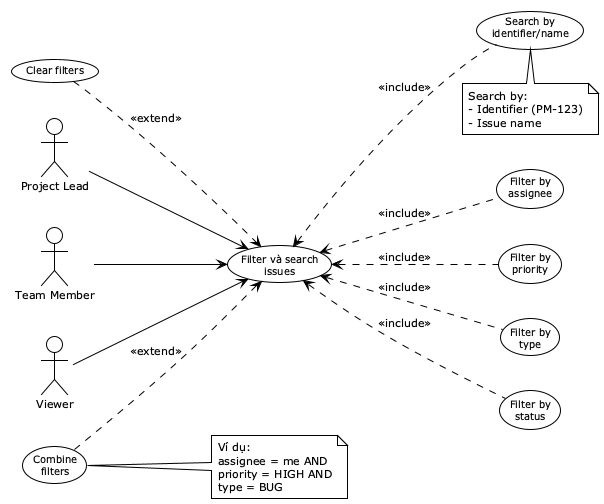
toantran292/datn keeps this PlantUML diagram as reports/dat-examples/report/images/uc05_3_filter_search.png. Above is the earlier version.
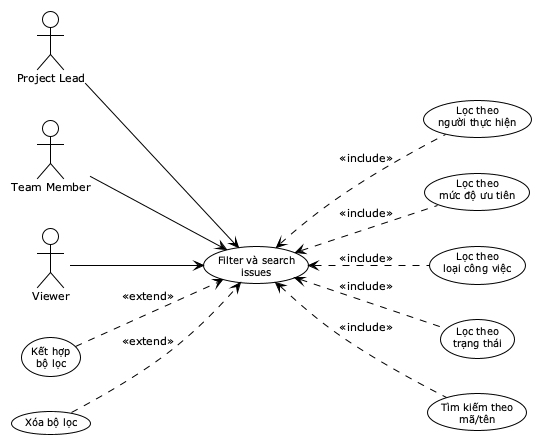
The same file after the commit.

Change to the diagram source:
```diff
@@ -10,13 +10,13 @@
 actor "Viewer" as V
 
 usecase "Filter và search\nissues" as UC_Filter
-usecase "Filter by\nassignee" as UC_FilterAssignee
-usecase "Filter by\npriority" as UC_FilterPriority
-usecase "Filter by\ntype" as UC_FilterType
-usecase "Filter by\nstatus" as UC_FilterStatus
-usecase "Search by\nidentifier/name" as UC_Search
-usecase "Combine\nfilters" as UC_CombineFilters
-usecase "Clear filters" as UC_ClearFilters
+usecase "Lọc theo\nngười thực hiện" as UC_FilterAssignee
+usecase "Lọc theo\nmức độ ưu tiên" as UC_FilterPriority
+usecase "Lọc theo\nloại công việc" as UC_FilterType
+usecase "Lọc theo\ntrạng thái" as UC_FilterStatus
+usecase "Tìm kiếm theo\nmã/tên" as UC_Search
+usecase "Kết hợp\nbộ lọc" as UC_CombineFilters
+usecase "Xóa bộ lọc" as UC_ClearFilters
 
 PL --> UC_Filter
 TM --> UC_Filter
@@ -31,17 +31,6 @@
 UC_CombineFilters ..> UC_Filter : <<extend>>
 UC_ClearFilters ..> UC_Filter : <<extend>>
 
-note right of UC_CombineFilters
-  Ví dụ:
-  assignee = me AND
-  priority = HIGH AND
-  type = BUG
-end note
 
-note bottom of UC_Search
-  Search by:
-  - Identifier (PM-123)
-  - Issue name
-end note
 
 @enduml
```
